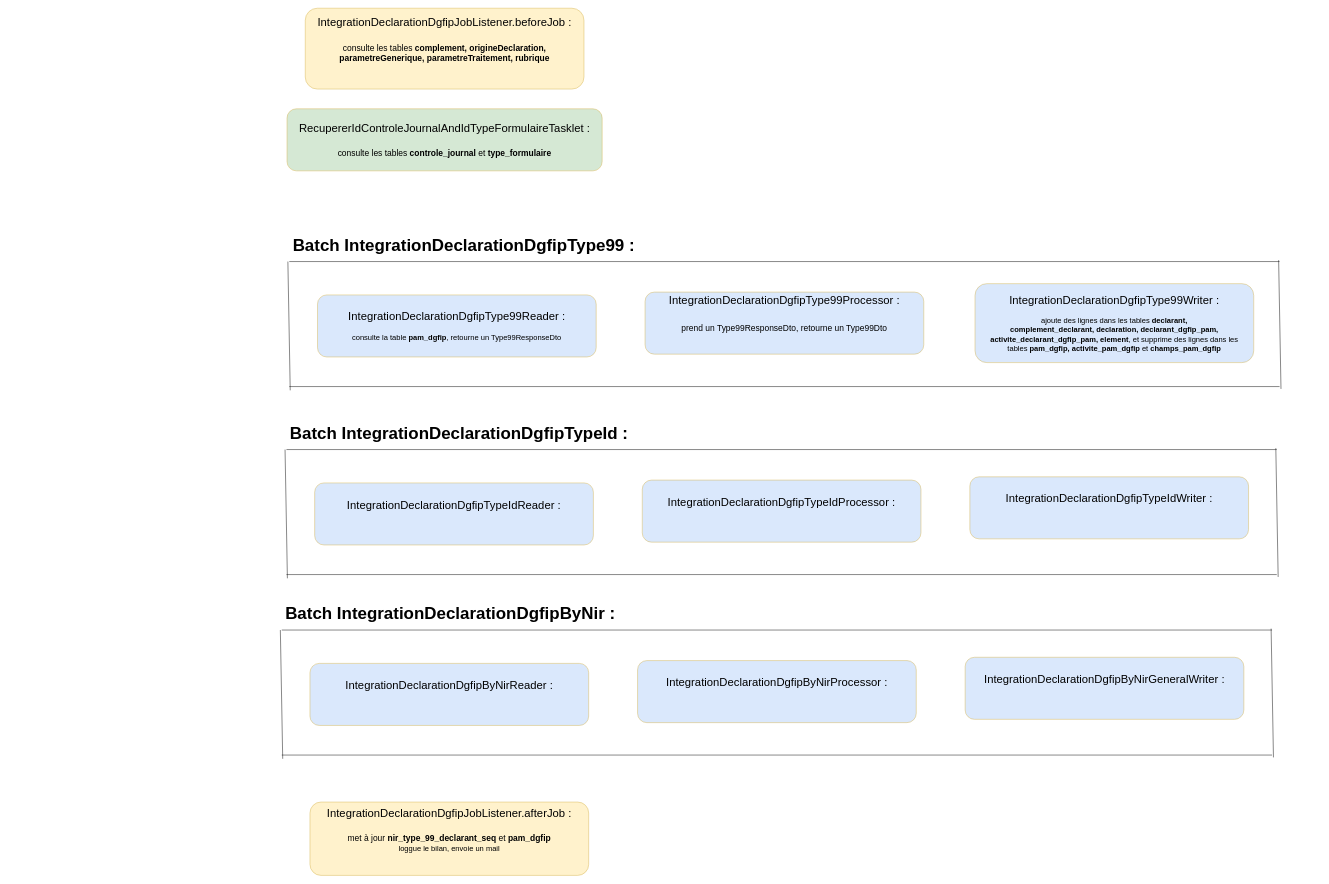
Above: flux_decipam_integration_declaration_dgfip.drawio in ewan-delanoy/uml_diagram (draw.io), before the change. Source tidied: cells renumbered, new cells numbered last; positions are measured from the earlier drawing's top-left corner, leaving out a move shared by most shapes. Both pictures are drawn from the tidied source at 47%, with x=0, y=0 at pixel (280, 8).
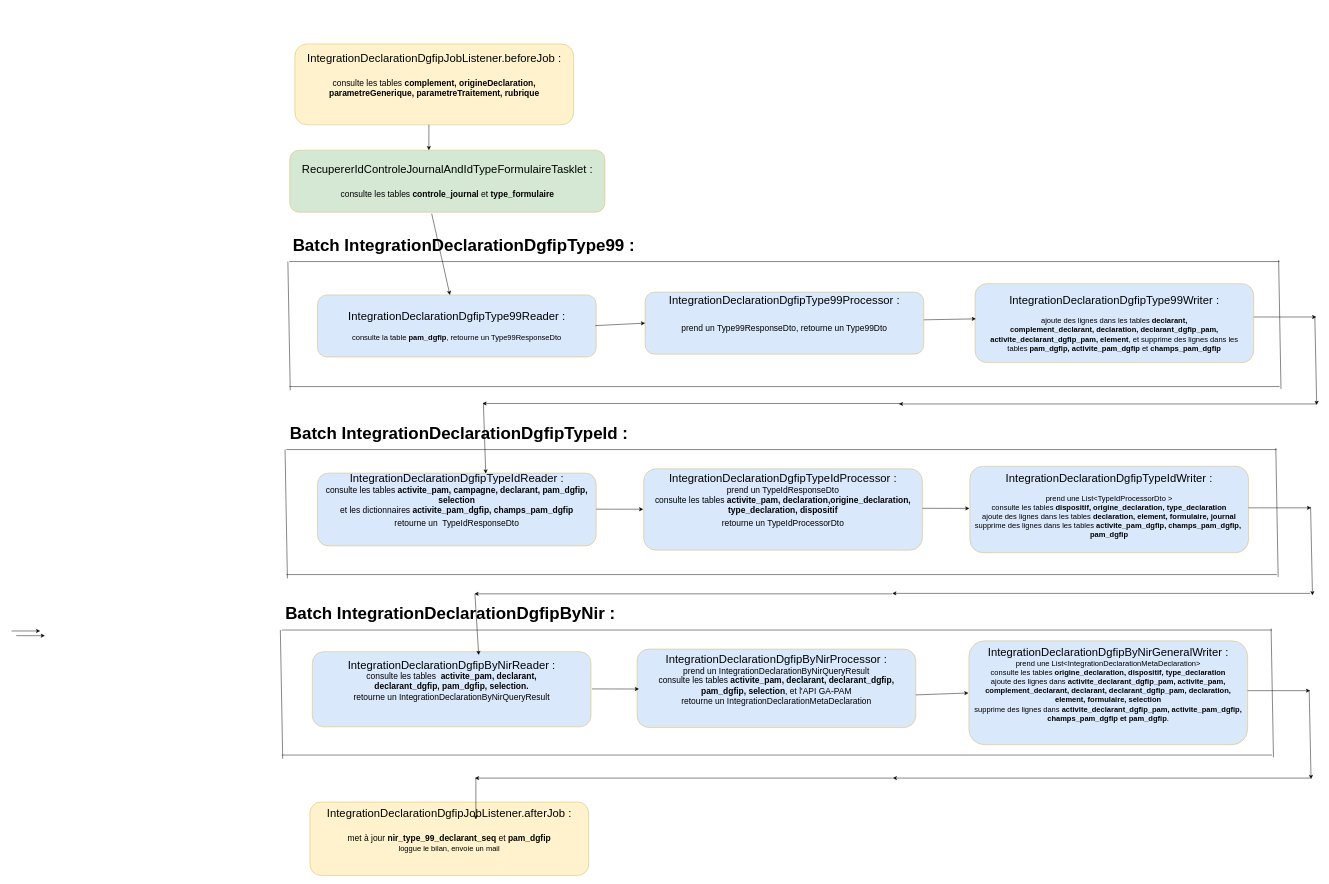
The same diagram, later.

Commit message (it also covers changes not shown here):
Mettre à jour flux_decipam_integration_declaration_dgfip.drawio

The change refers to these unchanged cells:
```xml
<mxCell id="4" value="&lt;div&gt;&lt;font style=&quot;font-size: 24px;&quot;&gt;IntegrationDeclarationDgfipType99Reader :&lt;br&gt;&lt;/font&gt;&lt;/div&gt;&lt;div&gt;&lt;font style=&quot;font-size: 18px;&quot;&gt;&lt;br&gt;&lt;/font&gt;&lt;/div&gt;&lt;div&gt;&lt;font size=&quot;3&quot;&gt;consulte la table &lt;b&gt;pam_dgfip&lt;/b&gt;, retourne un Type99ResponseDto&lt;br&gt;&lt;/font&gt;&lt;/div&gt;" style="rounded=1;whiteSpace=wrap;html=1;fontSize=12;glass=0;strokeWidth=1;shadow=0;fillColor=#dae8fc;strokeColor=#d6b656;" parent="1" vertex="1">
  <mxGeometry x="79" y="610" width="593" height="132" as="geometry" />
</mxCell>
<mxCell id="5" value="&lt;div&gt;&lt;font style=&quot;font-size: 24px;&quot;&gt;IntegrationDeclarationDgfipType99Processor :&lt;/font&gt;&lt;/div&gt;&lt;div&gt;&lt;font style=&quot;font-size: 24px;&quot;&gt;&lt;br&gt;&lt;/font&gt;&lt;/div&gt;&lt;div&gt;&lt;font style=&quot;font-size: 18px;&quot;&gt;prend un Type99ResponseDto, retourne un Type99Dto&lt;/font&gt;&lt;font style=&quot;font-size: 24px;&quot;&gt; &lt;br&gt;&lt;/font&gt;&lt;/div&gt;&lt;div&gt;&lt;font size=&quot;3&quot;&gt;&lt;br&gt;&lt;/font&gt;&lt;/div&gt;&lt;div&gt;&lt;font size=&quot;3&quot;&gt;&lt;br&gt;&lt;/font&gt;&lt;/div&gt;" style="rounded=1;whiteSpace=wrap;html=1;fontSize=12;glass=0;strokeWidth=1;shadow=0;fillColor=#dae8fc;strokeColor=#d6b656;" parent="1" vertex="1">
  <mxGeometry x="776" y="604" width="593" height="132" as="geometry" />
</mxCell>
<mxCell id="6" value="&lt;div&gt;&lt;font style=&quot;font-size: 24px;&quot;&gt;IntegrationDeclarationDgfipType99Writer :&lt;br&gt;&lt;/font&gt;&lt;/div&gt;&lt;div&gt;&lt;font size=&quot;3&quot;&gt;&lt;br&gt;&lt;/font&gt;&lt;/div&gt;&lt;font size=&quot;3&quot;&gt;&lt;span style=&quot;font-family: &amp;quot;Arial&amp;quot;, sans-serif;&quot;&gt;ajoute des lignes dans les tables &lt;b&gt;declarant,&lt;br&gt;complement_declarant, declaration, declarant_dgfip_pam,&lt;br&gt;activite_declarant_dgfip_pam, element&lt;/b&gt;, et supprime des lignes dans les&lt;br&gt;tables &lt;b&gt;pam_dgfip, activite_pam_dgfip&lt;/b&gt; et &lt;b&gt;champs_pam_dgfip&lt;/b&gt;&lt;/span&gt;&lt;/font&gt;" style="rounded=1;whiteSpace=wrap;html=1;fontSize=12;glass=0;strokeWidth=1;shadow=0;fillColor=#dae8fc;strokeColor=#d6b656;" parent="1" vertex="1">
  <mxGeometry x="1478" y="586" width="593" height="168" as="geometry" />
</mxCell>
```

Diff of the diagram source:
```diff
@@
     <mxCell id="2" value="&lt;div&gt;&lt;font style=&quot;font-size: 24px;&quot;&gt;IntegrationDeclarationDgfipJobListener.beforeJob :&lt;/font&gt;&lt;/div&gt;&lt;div&gt;&lt;font style=&quot;font-size: 24px;&quot;&gt;&lt;br&gt;&lt;/font&gt;&lt;/div&gt;&lt;div&gt;&lt;font style=&quot;font-size: 18px;&quot;&gt;&lt;span style=&quot;line-height: 115%; font-family: &amp;quot;Arial&amp;quot;, sans-serif;&quot;&gt;consulte les tables &lt;b&gt;complement, origineDeclaration,&lt;br/&gt;parametreGenerique, parametreTraitement, rubrique&lt;/b&gt; &lt;/span&gt;&lt;/font&gt;&lt;/div&gt;&lt;div&gt;&lt;font size=&quot;3&quot;&gt;&lt;br&gt;&lt;/font&gt;&lt;/div&gt;&lt;div&gt;&lt;font size=&quot;3&quot;&gt;&lt;br&gt;&lt;/font&gt;&lt;/div&gt;" style="rounded=1;whiteSpace=wrap;html=1;fontSize=12;glass=0;strokeWidth=1;shadow=0;fillColor=#fff2cc;strokeColor=#d6b656;" parent="1" vertex="1">
-      <mxGeometry x="53" width="593" height="172" as="geometry" />
+      <mxGeometry x="31" y="76" width="593" height="172" as="geometry" />
     </mxCell>
     <mxCell id="3" value="&lt;div&gt;&lt;font style=&quot;font-size: 24px;&quot;&gt;RecupererIdControleJournalAndIdTypeFormulaireTasklet :&lt;/font&gt;&lt;/div&gt;&lt;div&gt;&lt;font style=&quot;font-size: 24px;&quot;&gt;&lt;br&gt;&lt;/font&gt;&lt;/div&gt;&lt;div&gt;&lt;font style=&quot;font-size: 18px;&quot;&gt;&lt;span style=&quot;line-height: 115%; font-family: &amp;quot;Arial&amp;quot;, sans-serif;&quot;&gt;consulte les tables &lt;b&gt;controle_journal&lt;/b&gt; et &lt;b&gt;type_formulaire&lt;/b&gt;&lt;/span&gt;&lt;/font&gt;&lt;span style=&quot;font-size:10.0pt;mso-bidi-font-size:11.0pt;&lt;br/&gt;line-height:115%;font-family:&amp;quot;Arial&amp;quot;,sans-serif;mso-fareast-font-family:Calibri;&lt;br/&gt;mso-bidi-font-family:Calibri;mso-ansi-language:FR;mso-fareast-language:EN-US;&lt;br/&gt;mso-bidi-language:AR-SA&quot;&gt;&lt;br&gt;&lt;/span&gt;&lt;/div&gt;" style="rounded=1;whiteSpace=wrap;html=1;fontSize=12;glass=0;strokeWidth=1;shadow=0;fillColor=#d5e8d4;strokeColor=#d6b656;" parent="1" vertex="1">
-      <mxGeometry x="14.2" y="214" width="670.5" height="132" as="geometry" />
+      <mxGeometry x="20" y="302" width="670.5" height="132" as="geometry" />
     </mxCell>
@@
-    <mxCell id="12" value="&lt;div&gt;&lt;font style=&quot;font-size: 24px;&quot;&gt;IntegrationDeclarationDgfipTypeIdReader :&lt;br&gt;&lt;/font&gt;&lt;/div&gt;&lt;div&gt;&lt;font size=&quot;3&quot;&gt;&lt;br&gt;&lt;/font&gt;&lt;/div&gt;&lt;div&gt;&lt;font size=&quot;3&quot;&gt;&lt;br&gt;&lt;/font&gt;&lt;/div&gt;" style="rounded=1;whiteSpace=wrap;html=1;fontSize=12;glass=0;strokeWidth=1;shadow=0;fillColor=#dae8fc;strokeColor=#d6b656;" parent="1" vertex="1">
-      <mxGeometry x="73" y="1010" width="593" height="132" as="geometry" />
+    <mxCell id="12" value="&lt;div&gt;&lt;font style=&quot;font-size: 24px;&quot;&gt;IntegrationDeclarationDgfipTypeIdReader :&lt;/font&gt;&lt;/div&gt;&lt;div&gt;&lt;font style=&quot;font-size: 18px;&quot;&gt;consulte les tables &lt;b&gt;activite_pam, campagne, declarant, pam_dgfip, selection&lt;/b&gt;&lt;br&gt;et les dictionnaires &lt;b&gt;activite_pam_dgfip, champs_pam_dgfip&lt;/b&gt; &lt;br&gt;retourne un&amp;nbsp; TypeIdResponseDto&lt;/font&gt;&lt;font style=&quot;font-size: 24px;&quot;&gt; &lt;br&gt;&lt;/font&gt;&lt;/div&gt;&lt;div&gt;&lt;font size=&quot;3&quot;&gt;&lt;br&gt;&lt;/font&gt;&lt;/div&gt;&lt;div&gt;&lt;font size=&quot;3&quot;&gt;&lt;br&gt;&lt;/font&gt;&lt;/div&gt;" style="rounded=1;whiteSpace=wrap;html=1;fontSize=12;glass=0;strokeWidth=1;shadow=0;fillColor=#dae8fc;strokeColor=#d6b656;" parent="1" vertex="1">
+      <mxGeometry x="79" y="989" width="593" height="155" as="geometry" />
     </mxCell>
-    <mxCell id="13" value="&lt;div&gt;&lt;font style=&quot;font-size: 24px;&quot;&gt;IntegrationDeclarationDgfipTypeIdProcessor :&lt;br&gt;&lt;/font&gt;&lt;/div&gt;&lt;div&gt;&lt;font size=&quot;3&quot;&gt;&lt;br&gt;&lt;/font&gt;&lt;/div&gt;&lt;div&gt;&lt;font size=&quot;3&quot;&gt;&lt;br&gt;&lt;/font&gt;&lt;/div&gt;" style="rounded=1;whiteSpace=wrap;html=1;fontSize=12;glass=0;strokeWidth=1;shadow=0;fillColor=#dae8fc;strokeColor=#d6b656;" parent="1" vertex="1">
-      <mxGeometry x="770" y="1004" width="593" height="132" as="geometry" />
+    <mxCell id="13" value="&lt;div&gt;&lt;font style=&quot;font-size: 24px;&quot;&gt;IntegrationDeclarationDgfipTypeIdProcessor :&lt;/font&gt;&lt;/div&gt;&lt;div&gt;&lt;font style=&quot;font-size: 18px;&quot;&gt;prend un TypeIdResponseDto&lt;br&gt;consulte les tables &lt;b&gt;activite_pam, declaration,origine_declaration, &lt;br&gt;type_declaration, dispositif&lt;/b&gt;&lt;br&gt;retourne un TypeIdProcessorDto&lt;/font&gt;&lt;font style=&quot;font-size: 24px;&quot;&gt; &lt;br&gt;&lt;/font&gt;&lt;/div&gt;&lt;div&gt;&lt;font size=&quot;3&quot;&gt;&lt;br&gt;&lt;/font&gt;&lt;/div&gt;&lt;div&gt;&lt;font size=&quot;3&quot;&gt;&lt;br&gt;&lt;/font&gt;&lt;/div&gt;" style="rounded=1;whiteSpace=wrap;html=1;fontSize=12;glass=0;strokeWidth=1;shadow=0;fillColor=#dae8fc;strokeColor=#d6b656;" parent="1" vertex="1">
+      <mxGeometry x="773" y="980" width="593" height="173" as="geometry" />
     </mxCell>
-    <mxCell id="14" value="&lt;div&gt;&lt;font style=&quot;font-size: 24px;&quot;&gt;IntegrationDeclarationDgfipTypeIdWriter :&lt;br&gt;&lt;/font&gt;&lt;/div&gt;&lt;div&gt;&lt;font size=&quot;3&quot;&gt;&lt;br&gt;&lt;/font&gt;&lt;/div&gt;&lt;div&gt;&lt;font size=&quot;3&quot;&gt;&lt;br&gt;&lt;/font&gt;&lt;/div&gt;" style="rounded=1;whiteSpace=wrap;html=1;fontSize=12;glass=0;strokeWidth=1;shadow=0;fillColor=#dae8fc;strokeColor=#d6b656;" parent="1" vertex="1">
-      <mxGeometry x="1467" y="997" width="593" height="132" as="geometry" />
+    <mxCell id="14" value="&lt;div&gt;&lt;font style=&quot;font-size: 24px;&quot;&gt;IntegrationDeclarationDgfipTypeIdWriter :&lt;br&gt;&lt;/font&gt;&lt;/div&gt;&lt;div&gt;&lt;font size=&quot;3&quot;&gt;&lt;br&gt;&lt;/font&gt;&lt;/div&gt;&lt;div&gt;&lt;font size=&quot;3&quot;&gt;prend une List&amp;lt;TypeIdProcessorDto &amp;gt; &lt;br&gt;consulte les tables &lt;b&gt;dispositif, origine_declaration, type_declaration&lt;/b&gt; &lt;br&gt;ajoute des lignes dans les tables &lt;b&gt;declaration, element, formulaire, journal&lt;/b&gt;&lt;br&gt;supprime des lignes dans les tables &lt;b&gt;activite_pam_dgfip, champs_pam_dgfip,&amp;nbsp; pam_dgfip&lt;/b&gt;&lt;br&gt;&lt;br&gt;&lt;/font&gt;&lt;/div&gt;" style="rounded=1;whiteSpace=wrap;html=1;fontSize=12;glass=0;strokeWidth=1;shadow=0;fillColor=#dae8fc;strokeColor=#d6b656;" parent="1" vertex="1">
+      <mxGeometry x="1467" y="974.5" width="593" height="184" as="geometry" />
     </mxCell>
@@
-    <mxCell id="20" value="&lt;div&gt;&lt;font style=&quot;font-size: 24px;&quot;&gt;IntegrationDeclarationDgfipByNirReader :&lt;br&gt;&lt;/font&gt;&lt;/div&gt;&lt;div&gt;&lt;font size=&quot;3&quot;&gt;&lt;br&gt;&lt;/font&gt;&lt;/div&gt;&lt;div&gt;&lt;font size=&quot;3&quot;&gt;&lt;br&gt;&lt;/font&gt;&lt;/div&gt;" style="rounded=1;whiteSpace=wrap;html=1;fontSize=12;glass=0;strokeWidth=1;shadow=0;fillColor=#dae8fc;strokeColor=#d6b656;" parent="1" vertex="1">
-      <mxGeometry x="63" y="1394" width="593" height="132" as="geometry" />
+    <mxCell id="20" value="&lt;div&gt;&lt;font style=&quot;font-size: 24px;&quot;&gt;IntegrationDeclarationDgfipByNirReader :&lt;/font&gt;&lt;/div&gt;&lt;div&gt;&lt;font style=&quot;font-size: 18px;&quot;&gt;consulte les tables&amp;nbsp; &lt;b&gt;activite_pam, declarant, &lt;br&gt;declarant_dgfip, pam_dgfip, selection.&lt;/b&gt;&lt;br&gt;retourne un IntegrationDeclarationByNirQueryResult&lt;font&gt;&lt;br&gt;&lt;/font&gt;&lt;/font&gt;&lt;/div&gt;&lt;div&gt;&lt;font size=&quot;3&quot;&gt;&lt;br&gt;&lt;/font&gt;&lt;/div&gt;&lt;div&gt;&lt;font size=&quot;3&quot;&gt;&lt;br&gt;&lt;/font&gt;&lt;/div&gt;" style="rounded=1;whiteSpace=wrap;html=1;fontSize=12;glass=0;strokeWidth=1;shadow=0;fillColor=#dae8fc;strokeColor=#d6b656;" parent="1" vertex="1">
+      <mxGeometry x="68" y="1369" width="593" height="160" as="geometry" />
     </mxCell>
-    <mxCell id="21" value="&lt;div&gt;&lt;font style=&quot;font-size: 24px;&quot;&gt;IntegrationDeclarationDgfipByNirProcessor :&lt;br&gt;&lt;/font&gt;&lt;/div&gt;&lt;div&gt;&lt;font size=&quot;3&quot;&gt;&lt;br&gt;&lt;/font&gt;&lt;/div&gt;&lt;div&gt;&lt;font size=&quot;3&quot;&gt;&lt;br&gt;&lt;/font&gt;&lt;/div&gt;" style="rounded=1;whiteSpace=wrap;html=1;fontSize=12;glass=0;strokeWidth=1;shadow=0;fillColor=#dae8fc;strokeColor=#d6b656;" parent="1" vertex="1">
-      <mxGeometry x="760" y="1388" width="593" height="132" as="geometry" />
+    <mxCell id="21" value="&lt;div&gt;&lt;font style=&quot;font-size: 24px;&quot;&gt;IntegrationDeclarationDgfipByNirProcessor :&lt;/font&gt;&lt;/div&gt;&lt;div&gt;&lt;font style=&quot;font-size: 18px;&quot;&gt;prend un IntegrationDeclarationByNirQueryResult&lt;br&gt;consulte les tables &lt;b&gt;activite_pam, declarant, declarant_dgfip, &lt;br&gt;pam_dgfip, selection&lt;/b&gt;, et l'API GA-PAM&lt;br&gt;retourne un IntegrationDeclarationMetaDeclaration&lt;br&gt;&lt;/font&gt;&lt;/div&gt;&lt;div&gt;&lt;font size=&quot;3&quot;&gt;&lt;br&gt;&lt;/font&gt;&lt;/div&gt;&lt;div&gt;&lt;font size=&quot;3&quot;&gt;&lt;br&gt;&lt;/font&gt;&lt;/div&gt;" style="rounded=1;whiteSpace=wrap;html=1;fontSize=12;glass=0;strokeWidth=1;shadow=0;fillColor=#dae8fc;strokeColor=#d6b656;" parent="1" vertex="1">
+      <mxGeometry x="759" y="1363.5" width="593" height="167" as="geometry" />
     </mxCell>
-    <mxCell id="22" value="&lt;div&gt;&lt;font style=&quot;font-size: 24px;&quot;&gt;IntegrationDeclarationDgfipByNirGeneralWriter :&lt;br&gt;&lt;/font&gt;&lt;/div&gt;&lt;div&gt;&lt;font size=&quot;3&quot;&gt;&lt;br&gt;&lt;/font&gt;&lt;/div&gt;&lt;div&gt;&lt;font size=&quot;3&quot;&gt;&lt;br&gt;&lt;/font&gt;&lt;/div&gt;" style="rounded=1;whiteSpace=wrap;html=1;fontSize=12;glass=0;strokeWidth=1;shadow=0;fillColor=#dae8fc;strokeColor=#d6b656;" parent="1" vertex="1">
-      <mxGeometry x="1457" y="1381" width="593" height="132" as="geometry" />
+    <mxCell id="22" value="&lt;div&gt;&lt;font style=&quot;font-size: 24px;&quot;&gt;IntegrationDeclarationDgfipByNirGeneralWriter :&lt;br&gt;&lt;/font&gt;&lt;/div&gt;&lt;div&gt;&lt;font size=&quot;3&quot;&gt;prend une List&amp;lt;IntegrationDeclarationMetaDeclaration&amp;gt; &lt;br&gt;consulte les tables &lt;b&gt;origine_declaration, dispositif, type_declaration&lt;/b&gt; &lt;br&gt;ajoute des lignes dans &lt;b&gt;activite_declarant_dgfip_pam, activite_pam, complement_declarant, declarant, declarant_dgfip_pam, declaration, element, formulaire, selection&lt;/b&gt; &lt;br&gt;supprime des lignes dans &lt;b&gt;activite_declarant_dgfip_pam, activite_pam_dgfip, &lt;br&gt;champs_pam_dgfip et pam_dgfip&lt;/b&gt;.&lt;br&gt;&lt;br&gt;&lt;/font&gt;&lt;/div&gt;&lt;div&gt;&lt;font size=&quot;3&quot;&gt;&lt;br&gt;&lt;/font&gt;&lt;/div&gt;" style="rounded=1;whiteSpace=wrap;html=1;fontSize=12;glass=0;strokeWidth=1;shadow=0;fillColor=#dae8fc;strokeColor=#d6b656;" parent="1" vertex="1">
+      <mxGeometry x="1465" y="1346" width="593" height="221" as="geometry" />
     </mxCell>
@@
+    <mxCell id="29" style="endArrow=classic;html=1;rounded=0;" parent="1" edge="1">
+      <mxGeometry relative="1" as="geometry">
+        <mxPoint x="-572" y="1325" as="sourcePoint" />
+        <mxPoint x="-511" y="1325" as="targetPoint" />
+      </mxGeometry>
+    </mxCell>
+    <mxCell id="30" style="endArrow=classic;html=1;rounded=0;" parent="1" edge="1">
+      <mxGeometry relative="1" as="geometry">
+        <mxPoint x="-562" y="1335" as="sourcePoint" />
+        <mxPoint x="-501" y="1335" as="targetPoint" />
+      </mxGeometry>
+    </mxCell>
+    <mxCell id="31" style="endArrow=classic;html=1;rounded=0;" parent="1" edge="1">
+      <mxGeometry relative="1" as="geometry">
+        <mxPoint x="672" y="1065.8" as="sourcePoint" />
+        <mxPoint x="772" y="1066" as="targetPoint" />
+      </mxGeometry>
+    </mxCell>
+    <mxCell id="32" style="endArrow=classic;html=1;rounded=0;" parent="1" edge="1">
+      <mxGeometry relative="1" as="geometry">
+        <mxPoint x="663" y="1448.3" as="sourcePoint" />
+        <mxPoint x="763" y="1448.5" as="targetPoint" />
+      </mxGeometry>
+    </mxCell>
+    <mxCell id="33" style="endArrow=classic;html=1;rounded=0;" parent="1" edge="1">
+      <mxGeometry relative="1" as="geometry">
+        <mxPoint x="1366" y="1064" as="sourcePoint" />
+        <mxPoint x="1466" y="1064.2" as="targetPoint" />
+      </mxGeometry>
+    </mxCell>
+    <mxCell id="34" style="endArrow=classic;html=1;rounded=0;" parent="1" edge="1">
+      <mxGeometry relative="1" as="geometry">
+        <mxPoint x="1352" y="1461" as="sourcePoint" />
+        <mxPoint x="1464" y="1457" as="targetPoint" />
+      </mxGeometry>
+    </mxCell>
+    <mxCell id="35" style="endArrow=classic;html=1;rounded=0;entryX=0;entryY=0.5;entryDx=0;entryDy=0;entryPerimeter=0;" parent="1" edge="1" target="5">
+      <mxGeometry relative="1" as="geometry">
+        <mxPoint x="670" y="675.3" as="sourcePoint" />
+      </mxGeometry>
+    </mxCell>
+    <mxCell id="36" style="endArrow=classic;html=1;rounded=0;entryX=0.003;entryY=0.446;entryDx=0;entryDy=0;entryPerimeter=0;" parent="1" edge="1" target="6">
+      <mxGeometry relative="1" as="geometry">
+        <mxPoint x="1369" y="663" as="sourcePoint" />
+      </mxGeometry>
+    </mxCell>
+    <mxCell id="37" style="endArrow=classic;html=1;rounded=0;" parent="1" edge="1">
+      <mxGeometry relative="1" as="geometry">
+        <mxPoint x="2071" y="657" as="sourcePoint" />
+        <mxPoint x="2204" y="657" as="targetPoint" />
+      </mxGeometry>
+    </mxCell>
+    <mxCell id="38" style="endArrow=classic;html=1;rounded=0;" parent="1" edge="1">
+      <mxGeometry relative="1" as="geometry">
+        <mxPoint x="2060" y="1063" as="sourcePoint" />
+        <mxPoint x="2193" y="1063" as="targetPoint" />
+      </mxGeometry>
+    </mxCell>
+    <mxCell id="39" style="endArrow=classic;html=1;rounded=0;" parent="1" edge="1">
+      <mxGeometry relative="1" as="geometry">
+        <mxPoint x="2058" y="1452" as="sourcePoint" />
+        <mxPoint x="2191" y="1452" as="targetPoint" />
+      </mxGeometry>
+    </mxCell>
+    <mxCell id="40" style="endArrow=classic;html=1;rounded=0;" parent="1" edge="1">
+      <mxGeometry relative="1" as="geometry">
+        <mxPoint x="2201" y="656" as="sourcePoint" />
+        <mxPoint x="2205" y="844" as="targetPoint" />
+      </mxGeometry>
+    </mxCell>
+    <mxCell id="41" style="endArrow=classic;html=1;rounded=0;" parent="1" edge="1">
+      <mxGeometry relative="1" as="geometry">
+        <mxPoint x="2192" y="1061" as="sourcePoint" />
+        <mxPoint x="2196" y="1249" as="targetPoint" />
+      </mxGeometry>
+    </mxCell>
+    <mxCell id="42" style="endArrow=classic;html=1;rounded=0;" parent="1" edge="1">
+      <mxGeometry relative="1" as="geometry">
+        <mxPoint x="2189" y="1452" as="sourcePoint" />
+        <mxPoint x="2193" y="1640" as="targetPoint" />
+      </mxGeometry>
+    </mxCell>
+    <mxCell id="43" style="endArrow=classic;html=1;rounded=0;" parent="1" edge="1">
+      <mxGeometry relative="1" as="geometry">
+        <mxPoint x="2205" y="842" as="sourcePoint" />
+        <mxPoint x="1316" y="842" as="targetPoint" />
+      </mxGeometry>
+    </mxCell>
+    <mxCell id="44" style="endArrow=classic;html=1;rounded=0;" parent="1" edge="1">
+      <mxGeometry relative="1" as="geometry">
+        <mxPoint x="2191" y="1245" as="sourcePoint" />
+        <mxPoint x="1302" y="1245" as="targetPoint" />
+      </mxGeometry>
+    </mxCell>
+    <mxCell id="45" style="endArrow=classic;html=1;rounded=0;" parent="1" edge="1">
+      <mxGeometry relative="1" as="geometry">
+        <mxPoint x="2192" y="1638" as="sourcePoint" />
+        <mxPoint x="1303" y="1638" as="targetPoint" />
+      </mxGeometry>
+    </mxCell>
+    <mxCell id="46" style="endArrow=classic;html=1;rounded=0;" parent="1" edge="1">
+      <mxGeometry relative="1" as="geometry">
+        <mxPoint x="1302" y="1246" as="sourcePoint" />
+        <mxPoint x="413" y="1246" as="targetPoint" />
+      </mxGeometry>
+    </mxCell>
+    <mxCell id="47" style="endArrow=classic;html=1;rounded=0;" parent="1" edge="1">
+      <mxGeometry relative="1" as="geometry">
+        <mxPoint x="1303" y="1638" as="sourcePoint" />
+        <mxPoint x="414" y="1638" as="targetPoint" />
+      </mxGeometry>
+    </mxCell>
+    <mxCell id="48" style="endArrow=classic;html=1;rounded=0;" parent="1" edge="1">
+      <mxGeometry relative="1" as="geometry">
+        <mxPoint x="1319" y="841" as="sourcePoint" />
+        <mxPoint x="430" y="841" as="targetPoint" />
+      </mxGeometry>
+    </mxCell>
+    <mxCell id="49" style="endArrow=classic;html=1;rounded=0;" parent="1" edge="1">
+      <mxGeometry relative="1" as="geometry">
+        <mxPoint x="416" y="1638" as="sourcePoint" />
+        <mxPoint x="416" y="1726" as="targetPoint" />
+      </mxGeometry>
+    </mxCell>
+    <mxCell id="50" style="endArrow=classic;html=1;rounded=0;" parent="1" edge="1">
+      <mxGeometry relative="1" as="geometry">
+        <mxPoint x="432" y="841" as="sourcePoint" />
+        <mxPoint x="437" y="990" as="targetPoint" />
+      </mxGeometry>
+    </mxCell>
+    <mxCell id="51" style="endArrow=classic;html=1;rounded=0;" parent="1" edge="1">
+      <mxGeometry relative="1" as="geometry">
+        <mxPoint x="414" y="1246" as="sourcePoint" />
+        <mxPoint x="422" y="1376" as="targetPoint" />
+      </mxGeometry>
+    </mxCell>
+    <mxCell id="52" style="endArrow=classic;html=1;rounded=0;" parent="1" edge="1">
+      <mxGeometry relative="1" as="geometry">
+        <mxPoint x="316" y="248" as="sourcePoint" />
+        <mxPoint x="316" y="302" as="targetPoint" />
+      </mxGeometry>
+    </mxCell>
+    <mxCell id="53" style="endArrow=classic;html=1;rounded=0;" parent="1" edge="1" target="4">
+      <mxGeometry relative="1" as="geometry">
+        <mxPoint x="322" y="437" as="sourcePoint" />
+      </mxGeometry>
+    </mxCell>
```
